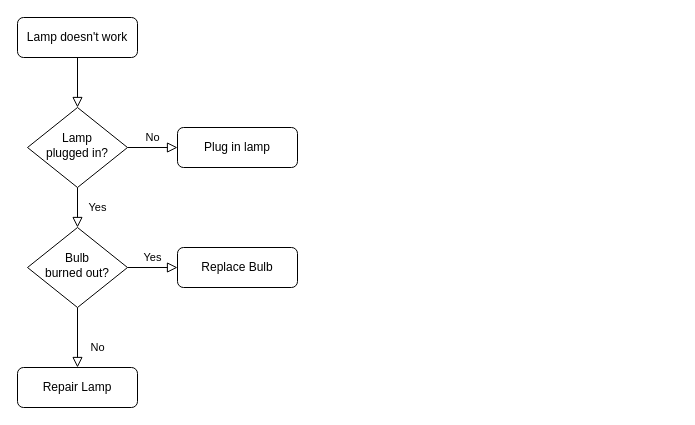
Above: 未命名绘图.drawio in laichun/todostudy01 (draw.io), before the change. Source tidied: cells renumbered, new cells numbered last; positions are measured from the earlier drawing's top-left corner, leaving out a move shared by most shapes. Both pictures are drawn from the tidied source at 100%, with x=0, y=0 at pixel (17, 17).
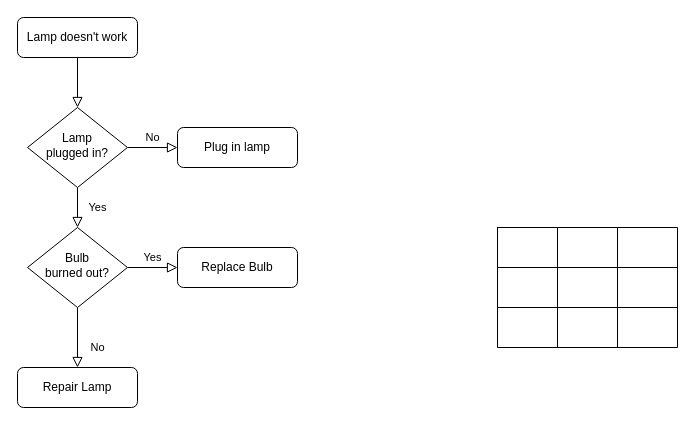
The same diagram, later.

What changed in the source:
```diff
@@
+    <mxCell id="13" style="shape=table;startSize=0;childLayout=tableLayout;fontSize=16;" parent="1" vertex="1">
+      <mxGeometry x="480" y="210" width="180" height="120" as="geometry" />
+    </mxCell>
+    <mxCell id="14" style="shape=tableRow;horizontal=0;startSize=0;swimlaneHead=0;swimlaneBody=0;strokeColor=inherit;top=0;left=0;bottom=0;right=0;fillColor=none;fontSize=16;" parent="13" vertex="1">
+      <mxGeometry width="180" height="40" as="geometry" />
+    </mxCell>
+    <mxCell id="15" style="shape=partialRectangle;html=1;whiteSpace=wrap;strokeColor=inherit;overflow=hidden;fillColor=none;top=0;left=0;bottom=0;right=0;fontSize=16;" parent="14" vertex="1">
+      <mxGeometry width="60" height="40" as="geometry" />
+    </mxCell>
+    <mxCell id="16" style="shape=partialRectangle;html=1;whiteSpace=wrap;strokeColor=inherit;overflow=hidden;fillColor=none;top=0;left=0;bottom=0;right=0;fontSize=16;" parent="14" vertex="1">
+      <mxGeometry x="60" width="60" height="40" as="geometry" />
+    </mxCell>
+    <mxCell id="17" style="shape=partialRectangle;html=1;whiteSpace=wrap;strokeColor=inherit;overflow=hidden;fillColor=none;top=0;left=0;bottom=0;right=0;fontSize=16;" parent="14" vertex="1">
+      <mxGeometry x="120" width="60" height="40" as="geometry" />
+    </mxCell>
+    <mxCell id="18" style="shape=tableRow;horizontal=0;startSize=0;swimlaneHead=0;swimlaneBody=0;strokeColor=inherit;top=0;left=0;bottom=0;right=0;fillColor=none;fontSize=16;" parent="13" vertex="1">
+      <mxGeometry y="40" width="180" height="40" as="geometry" />
+    </mxCell>
+    <mxCell id="19" style="shape=partialRectangle;html=1;whiteSpace=wrap;strokeColor=inherit;overflow=hidden;fillColor=none;top=0;left=0;bottom=0;right=0;fontSize=16;" parent="18" vertex="1">
+      <mxGeometry width="60" height="40" as="geometry" />
+    </mxCell>
+    <mxCell id="20" style="shape=partialRectangle;html=1;whiteSpace=wrap;strokeColor=inherit;overflow=hidden;fillColor=none;top=0;left=0;bottom=0;right=0;fontSize=16;" parent="18" vertex="1">
+      <mxGeometry x="60" width="60" height="40" as="geometry" />
+    </mxCell>
+    <mxCell id="21" style="shape=partialRectangle;html=1;whiteSpace=wrap;strokeColor=inherit;overflow=hidden;fillColor=none;top=0;left=0;bottom=0;right=0;fontSize=16;" parent="18" vertex="1">
+      <mxGeometry x="120" width="60" height="40" as="geometry" />
+    </mxCell>
+    <mxCell id="22" style="shape=tableRow;horizontal=0;startSize=0;swimlaneHead=0;swimlaneBody=0;strokeColor=inherit;top=0;left=0;bottom=0;right=0;fillColor=none;fontSize=16;" parent="13" vertex="1">
+      <mxGeometry y="80" width="180" height="40" as="geometry" />
+    </mxCell>
+    <mxCell id="23" style="shape=partialRectangle;html=1;whiteSpace=wrap;strokeColor=inherit;overflow=hidden;fillColor=none;top=0;left=0;bottom=0;right=0;fontSize=16;" parent="22" vertex="1">
+      <mxGeometry width="60" height="40" as="geometry" />
+    </mxCell>
+    <mxCell id="24" style="shape=partialRectangle;html=1;whiteSpace=wrap;strokeColor=inherit;overflow=hidden;fillColor=none;top=0;left=0;bottom=0;right=0;fontSize=16;" parent="22" vertex="1">
+      <mxGeometry x="60" width="60" height="40" as="geometry" />
+    </mxCell>
+    <mxCell id="25" style="shape=partialRectangle;html=1;whiteSpace=wrap;strokeColor=inherit;overflow=hidden;fillColor=none;top=0;left=0;bottom=0;right=0;fontSize=16;" parent="22" vertex="1">
+      <mxGeometry x="120" width="60" height="40" as="geometry" />
+    </mxCell>
```
